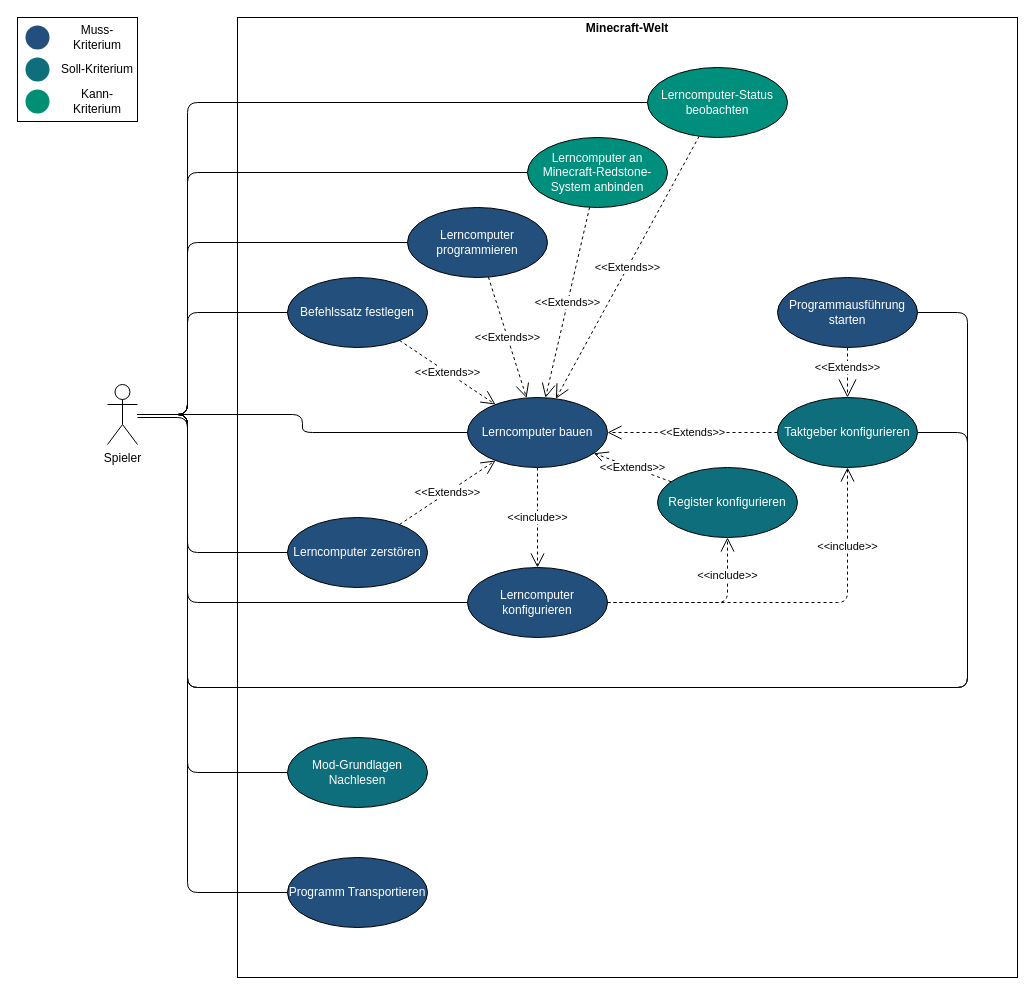
This is World.drawio from LundiNord/RISCJ-Diagramms, a draw.io file, before an edit. Source tidied: cells renumbered, new cells numbered last; positions are measured from the earlier drawing's top-left corner, leaving out a move shared by most shapes. Both pictures are drawn from the tidied source at 100%, with x=0, y=0 at pixel (17, 17).
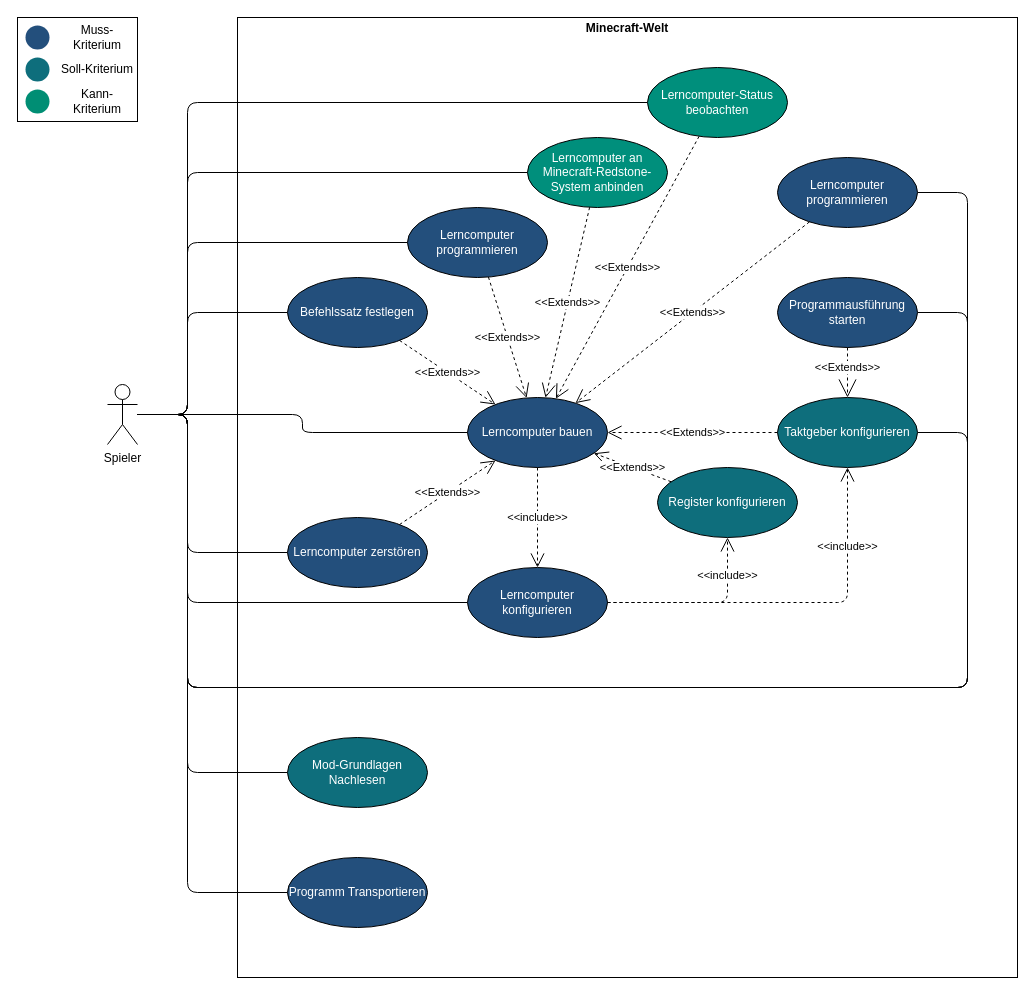
After the change.

The change refers to these unchanged cells:
```xml
<mxCell id="3" value="Lerncomputer bauen" style="ellipse;whiteSpace=wrap;html=1;fillColor=#234F7C;fontColor=#FFFFFF;" parent="1" vertex="1">
  <mxGeometry x="450" y="380" width="140" height="70" as="geometry" />
</mxCell>
<mxCell id="15" value="Spieler" style="shape=umlActor;verticalLabelPosition=bottom;labelBackgroundColor=#ffffff;verticalAlign=top;html=1;fillColor=none;" parent="1" vertex="1">
  <mxGeometry x="90" y="367" width="30" height="60" as="geometry" />
</mxCell>
<mxCell id="23" value="Mod-Grundlagen Nachlesen" style="ellipse;whiteSpace=wrap;html=1;fillColor=#0e6e7c;fontColor=#FFFFFF;" parent="1" vertex="1">
  <mxGeometry x="270" y="720" width="140" height="70" as="geometry" />
</mxCell>
```

Diff of the diagram source:
```diff
@@
     <mxCell id="11" style="edgeStyle=orthogonalEdgeStyle;shape=connector;rounded=1;jettySize=auto;html=1;labelBackgroundColor=default;strokeColor=default;align=center;verticalAlign=middle;fontFamily=Helvetica;fontSize=11;fontColor=default;endArrow=none;endFill=0;" parent="1" edge="1" source="15" target="23">
       <mxGeometry relative="1" as="geometry">
         <Array as="points">
-          <mxPoint x="170" y="400" />
+          <mxPoint x="170" y="397" />
           <mxPoint x="170" y="755" />
         </Array>
       </mxGeometry>
     </mxCell>
@@
+    <mxCell id="46" style="edgeStyle=orthogonalEdgeStyle;rounded=1;jettySize=auto;html=1;endArrow=none;endFill=0;" parent="1" edge="1" source="15" target="47">
+      <mxGeometry relative="1" as="geometry">
+        <Array as="points">
+          <mxPoint x="170" y="397" />
+          <mxPoint x="170" y="670" />
+          <mxPoint x="950" y="670" />
+          <mxPoint x="950" y="175" />
+        </Array>
+      </mxGeometry>
+    </mxCell>
@@
+    <mxCell id="47" value="Lerncomputer programmieren" style="ellipse;whiteSpace=wrap;html=1;fillColor=#234f7c;fontColor=#FFFFFF;" parent="1" vertex="1">
+      <mxGeometry x="760" y="140" width="140" height="70" as="geometry" />
+    </mxCell>
+    <mxCell id="48" value="&amp;lt;&amp;lt;Extends&amp;gt;&amp;gt;" style="endArrow=open;endSize=12;dashed=1;html=1;rounded=1;labelBackgroundColor=default;strokeColor=default;align=center;verticalAlign=middle;fontFamily=Helvetica;fontSize=11;fontColor=default;shape=connector;" parent="1" edge="1" source="47" target="3">
+      <mxGeometry relative="1" as="geometry" />
+    </mxCell>
```
